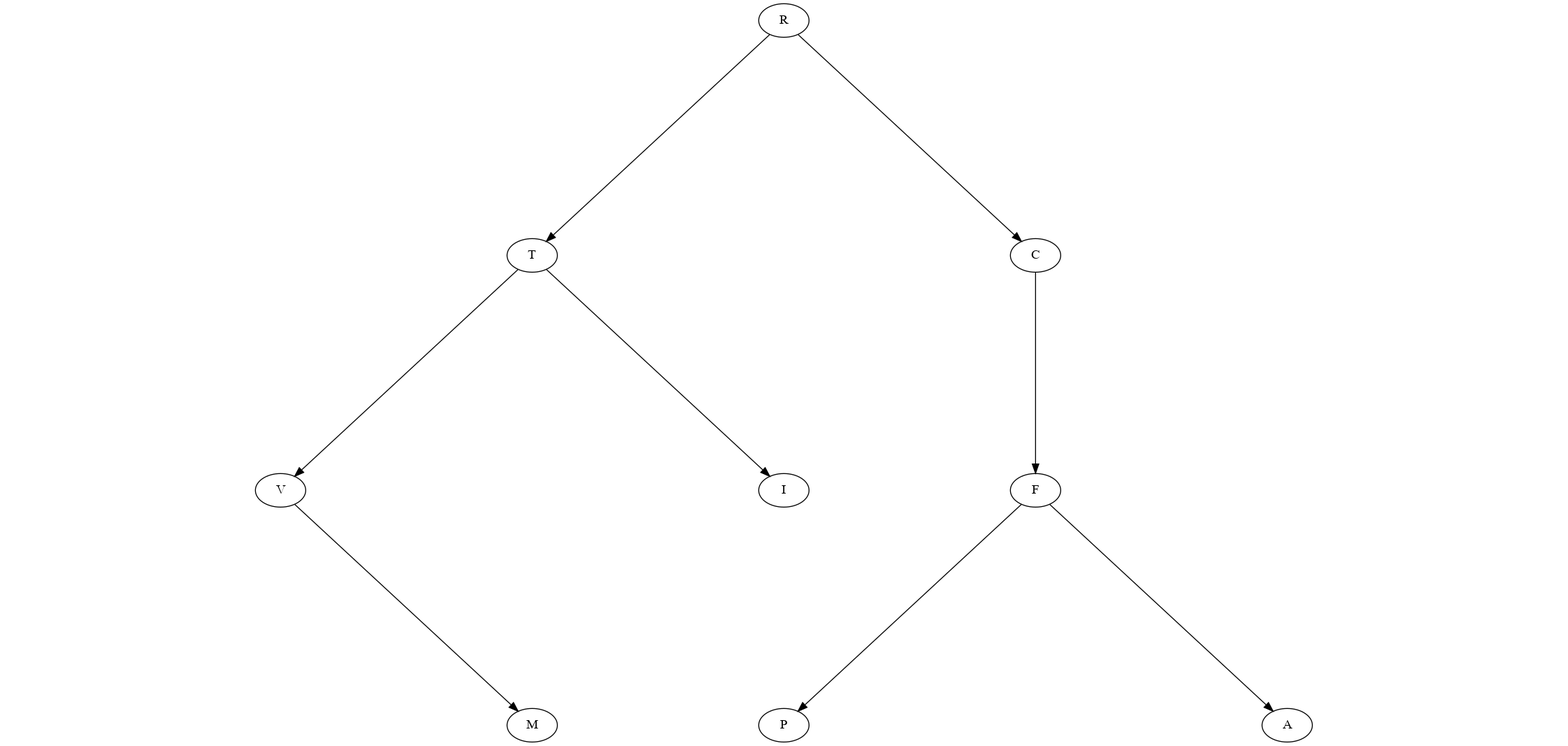
Earlier version of the Graphviz export docs/mp2i/files/C12/temp.png (fabricenativel/cpge-info). Its source is kept beside it as docs/mp2i/files/C12/temp.gv.
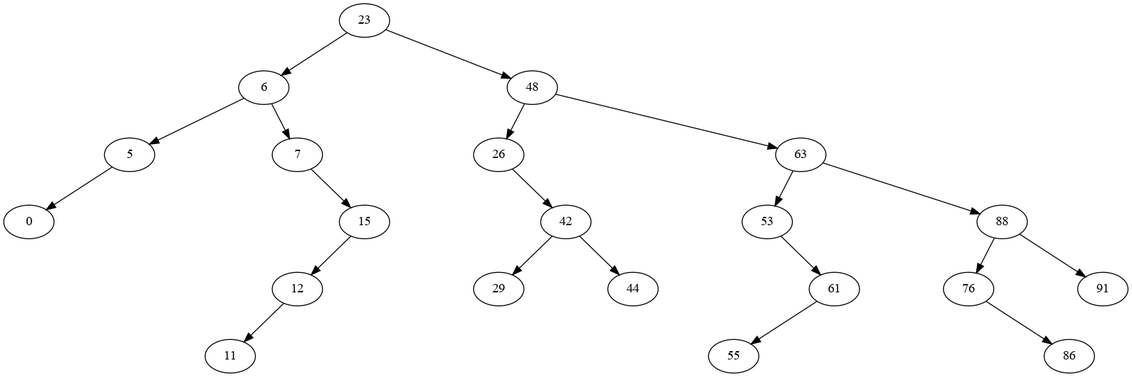
After the change.

What changed in the source:
```diff
@@ -1,28 +1,28 @@
 digraph mygraph {
-9 -> 5
+7 -> 5
+5 -> 2
 I0 [style=invis]
-5 -> I0 [style=invis]
+2 -> I0 [style=invis]
 I1 [style=invis]
-5 -> I1 [style=invis]
-5 -> 7
+2 -> I1 [style=invis]
 I2 [style=invis]
-7 -> I2 [style=invis]
+2 -> I2 [style=invis]
 I3 [style=invis]
-7 -> I3 [style=invis]
+5 -> I3 [style=invis]
 I4 [style=invis]
-7 -> I4 [style=invis]
+5 -> I4 [style=invis]
 I5 [style=invis]
-9 -> I5 [style=invis]
-9 -> 3
-3 -> 4
+7 -> I5 [style=invis]
+7 -> 9
 I6 [style=invis]
-4 -> I6 [style=invis]
+9 -> I6 [style=invis]
 I7 [style=invis]
-4 -> I7 [style=invis]
+9 -> I7 [style=invis]
+9 -> 11
 I8 [style=invis]
-4 -> I8 [style=invis]
+11 -> I8 [style=invis]
 I9 [style=invis]
-3 -> I9 [style=invis]
+11 -> I9 [style=invis]
 I10 [style=invis]
-3 -> I10 [style=invis]
+11 -> I10 [style=invis]
 }
```
